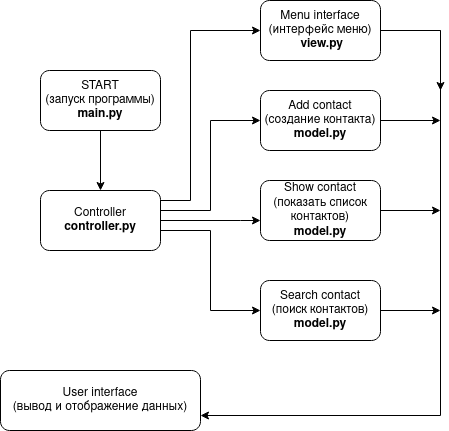
Before: схема.png, a diagram exported from draw.io (vikinice/sem7_DZ_py_spr). Source tidied: cells renumbered, new cells last; positions are measured from the earlier drawing's top-left corner, leaving out a move shared by most shapes. Its diagram source:
```xml
<mxGraphModel>
  <root>
    <mxCell id="0" />
    <mxCell id="1" parent="0" />
    <mxCell id="2" value="&lt;div&gt;START&lt;br&gt;&lt;/div&gt;&lt;div&gt;(запуск программы)&lt;/div&gt;&lt;div&gt;&lt;b&gt;main.py&lt;/b&gt;&lt;br&gt;&lt;/div&gt;" style="rounded=1;whiteSpace=wrap;html=1;" parent="1" vertex="1">
      <mxGeometry x="40" y="70" width="120" height="60" as="geometry" />
    </mxCell>
    <mxCell id="3" style="endArrow=classic;html=1;rounded=0;exitX=0.5;exitY=1;exitDx=0;exitDy=0;" parent="1" edge="1" source="2" target="5">
      <mxGeometry relative="1" as="geometry" />
    </mxCell>
    <mxCell id="4" style="edgeStyle=orthogonalEdgeStyle;rounded=0;jettySize=auto;html=1;" parent="1" edge="1" source="5" target="10">
      <mxGeometry relative="1" as="geometry">
        <Array as="points">
          <mxPoint x="240" y="220" />
          <mxPoint x="240" y="220" />
        </Array>
      </mxGeometry>
    </mxCell>
    <mxCell id="5" value="&lt;div&gt;Controller&lt;/div&gt;&lt;div&gt;&lt;b&gt;controller.py&lt;/b&gt;&lt;br&gt;&lt;/div&gt;" style="rounded=1;whiteSpace=wrap;html=1;" parent="1" vertex="1">
      <mxGeometry x="40" y="190" width="120" height="60" as="geometry" />
    </mxCell>
    <mxCell id="6" value="&lt;div&gt;Menu interface&lt;/div&gt;&lt;div&gt;(интерфейс меню)&lt;/div&gt;&lt;div&gt;&lt;b&gt;&amp;nbsp;view.py&lt;/b&gt;&lt;br&gt;&lt;/div&gt;" style="rounded=1;whiteSpace=wrap;html=1;" parent="1" vertex="1">
      <mxGeometry x="260" width="120" height="60" as="geometry" />
    </mxCell>
    <mxCell id="7" style="edgeStyle=orthogonalEdgeStyle;rounded=0;jettySize=auto;html=1;" parent="1" edge="1" source="8">
      <mxGeometry relative="1" as="geometry">
        <mxPoint x="440" y="120" as="targetPoint" />
      </mxGeometry>
    </mxCell>
    <mxCell id="8" value="&lt;div&gt;Add contact&lt;/div&gt;&lt;div&gt;(создание контакта)&lt;/div&gt;&lt;div&gt;&lt;b&gt;model.py&lt;/b&gt;&lt;br&gt;&lt;/div&gt;" style="rounded=1;whiteSpace=wrap;html=1;" parent="1" vertex="1">
      <mxGeometry x="260" y="90" width="120" height="60" as="geometry" />
    </mxCell>
    <mxCell id="9" style="edgeStyle=orthogonalEdgeStyle;rounded=0;jettySize=auto;html=1;" parent="1" edge="1" source="10">
      <mxGeometry relative="1" as="geometry">
        <mxPoint x="440" y="210" as="targetPoint" />
      </mxGeometry>
    </mxCell>
    <mxCell id="10" value="&lt;div&gt;Show contact&lt;/div&gt;&lt;div&gt;(показать список контактов)&lt;/div&gt;&lt;div&gt;&lt;b&gt;model.py&lt;/b&gt;&lt;br&gt;&lt;/div&gt;" style="rounded=1;whiteSpace=wrap;html=1;" parent="1" vertex="1">
      <mxGeometry x="260" y="180" width="120" height="60" as="geometry" />
    </mxCell>
    <mxCell id="11" style="edgeStyle=orthogonalEdgeStyle;rounded=0;jettySize=auto;html=1;" parent="1" edge="1" source="12">
      <mxGeometry relative="1" as="geometry">
        <mxPoint x="440" y="310" as="targetPoint" />
      </mxGeometry>
    </mxCell>
    <mxCell id="12" value="&lt;div&gt;Search contact&lt;/div&gt;&lt;div&gt;(поиск контактов)&lt;/div&gt;&lt;div&gt;&lt;b&gt;model.py&lt;/b&gt;&lt;br&gt;&lt;/div&gt;" style="rounded=1;whiteSpace=wrap;html=1;" parent="1" vertex="1">
      <mxGeometry x="260" y="280" width="120" height="60" as="geometry" />
    </mxCell>
    <mxCell id="13" value="&lt;div&gt;User interface&lt;/div&gt;&lt;div&gt;(вывод и отображение данных)&lt;br&gt;&lt;/div&gt;" style="rounded=1;whiteSpace=wrap;html=1;" parent="1" vertex="1">
      <mxGeometry y="370" width="200" height="60" as="geometry" />
    </mxCell>
    <mxCell id="14" style="edgeStyle=orthogonalEdgeStyle;rounded=0;jettySize=auto;html=1;entryX=0;entryY=0.5;entryDx=0;entryDy=0;exitX=1;exitY=0.25;exitDx=0;exitDy=0;" parent="1" edge="1" source="5" target="8">
      <mxGeometry relative="1" as="geometry">
        <Array as="points">
          <mxPoint x="160" y="210" />
          <mxPoint x="210" y="210" />
          <mxPoint x="210" y="120" />
        </Array>
      </mxGeometry>
    </mxCell>
    <mxCell id="15" style="edgeStyle=orthogonalEdgeStyle;rounded=0;jettySize=auto;html=1;entryX=0;entryY=0.5;entryDx=0;entryDy=0;exitX=1;exitY=0.75;exitDx=0;exitDy=0;" parent="1" edge="1" source="5" target="12">
      <mxGeometry relative="1" as="geometry">
        <Array as="points">
          <mxPoint x="160" y="230" />
          <mxPoint x="210" y="230" />
          <mxPoint x="210" y="310" />
        </Array>
      </mxGeometry>
    </mxCell>
    <mxCell id="16" style="edgeStyle=orthogonalEdgeStyle;rounded=0;jettySize=auto;html=1;entryX=0;entryY=0.5;entryDx=0;entryDy=0;" parent="1" edge="1" target="6">
      <mxGeometry relative="1" as="geometry">
        <mxPoint x="160" y="200" as="sourcePoint" />
        <Array as="points">
          <mxPoint x="160" y="215" />
          <mxPoint x="160" y="200" />
          <mxPoint x="190" y="200" />
          <mxPoint x="190" y="30" />
        </Array>
      </mxGeometry>
    </mxCell>
    <mxCell id="17" style="edgeStyle=orthogonalEdgeStyle;rounded=0;jettySize=auto;html=1;entryX=1;entryY=0.75;entryDx=0;entryDy=0;exitX=1;exitY=0.5;exitDx=0;exitDy=0;" parent="1" edge="1" source="6" target="13">
      <mxGeometry relative="1" as="geometry">
        <Array as="points">
          <mxPoint x="440" y="30" />
          <mxPoint x="440" y="415" />
        </Array>
      </mxGeometry>
    </mxCell>
    <mxCell id="18" style="endArrow=classic;html=1;rounded=0;" parent="1" edge="1">
      <mxGeometry relative="1" as="geometry">
        <mxPoint x="440" y="30" as="sourcePoint" />
        <mxPoint x="440" y="90" as="targetPoint" />
      </mxGeometry>
    </mxCell>
  </root>
</mxGraphModel>
```
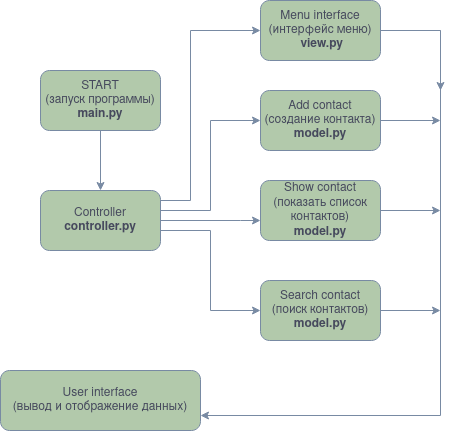
After the change.

Change to the diagram source:
```diff
@@ -2,13 +2,13 @@
   <root>
     <mxCell id="0" />
     <mxCell id="1" parent="0" />
-    <mxCell id="2" value="&lt;div&gt;START&lt;br&gt;&lt;/div&gt;&lt;div&gt;(запуск программы)&lt;/div&gt;&lt;div&gt;&lt;b&gt;main.py&lt;/b&gt;&lt;br&gt;&lt;/div&gt;" style="rounded=1;whiteSpace=wrap;html=1;" parent="1" vertex="1">
+    <mxCell id="2" value="&lt;div&gt;START&lt;br&gt;&lt;/div&gt;&lt;div&gt;(запуск программы)&lt;/div&gt;&lt;div&gt;&lt;b&gt;main.py&lt;/b&gt;&lt;br&gt;&lt;/div&gt;" style="rounded=1;whiteSpace=wrap;html=1;labelBackgroundColor=none;fillColor=#B2C9AB;strokeColor=#788AA3;fontColor=#46495D;" parent="1" vertex="1">
       <mxGeometry x="40" y="70" width="120" height="60" as="geometry" />
     </mxCell>
-    <mxCell id="3" style="endArrow=classic;html=1;rounded=0;exitX=0.5;exitY=1;exitDx=0;exitDy=0;" parent="1" edge="1" source="2" target="5">
+    <mxCell id="3" style="endArrow=classic;html=1;rounded=0;exitX=0.5;exitY=1;exitDx=0;exitDy=0;labelBackgroundColor=none;strokeColor=#788AA3;fontColor=default;" parent="1" edge="1" source="2" target="5">
       <mxGeometry relative="1" as="geometry" />
     </mxCell>
-    <mxCell id="4" style="edgeStyle=orthogonalEdgeStyle;rounded=0;jettySize=auto;html=1;" parent="1" edge="1" source="5" target="10">
+    <mxCell id="4" style="edgeStyle=orthogonalEdgeStyle;rounded=0;jettySize=auto;html=1;labelBackgroundColor=none;strokeColor=#788AA3;fontColor=default;" parent="1" edge="1" source="5" target="10">
       <mxGeometry relative="1" as="geometry">
         <Array as="points">
           <mxPoint x="240" y="220" />
@@ -16,40 +16,40 @@
         </Array>
       </mxGeometry>
     </mxCell>
-    <mxCell id="5" value="&lt;div&gt;Controller&lt;/div&gt;&lt;div&gt;&lt;b&gt;controller.py&lt;/b&gt;&lt;br&gt;&lt;/div&gt;" style="rounded=1;whiteSpace=wrap;html=1;" parent="1" vertex="1">
+    <mxCell id="5" value="&lt;div&gt;Controller&lt;/div&gt;&lt;div&gt;&lt;b&gt;controller.py&lt;/b&gt;&lt;br&gt;&lt;/div&gt;" style="rounded=1;whiteSpace=wrap;html=1;labelBackgroundColor=none;fillColor=#B2C9AB;strokeColor=#788AA3;fontColor=#46495D;" parent="1" vertex="1">
       <mxGeometry x="40" y="190" width="120" height="60" as="geometry" />
     </mxCell>
-    <mxCell id="6" value="&lt;div&gt;Menu interface&lt;/div&gt;&lt;div&gt;(интерфейс меню)&lt;/div&gt;&lt;div&gt;&lt;b&gt;&amp;nbsp;view.py&lt;/b&gt;&lt;br&gt;&lt;/div&gt;" style="rounded=1;whiteSpace=wrap;html=1;" parent="1" vertex="1">
+    <mxCell id="6" value="&lt;div&gt;Menu interface&lt;/div&gt;&lt;div&gt;(интерфейс меню)&lt;/div&gt;&lt;div&gt;&lt;b&gt;&amp;nbsp;view.py&lt;/b&gt;&lt;br&gt;&lt;/div&gt;" style="rounded=1;whiteSpace=wrap;html=1;labelBackgroundColor=none;fillColor=#B2C9AB;strokeColor=#788AA3;fontColor=#46495D;" parent="1" vertex="1">
       <mxGeometry x="260" width="120" height="60" as="geometry" />
     </mxCell>
-    <mxCell id="7" style="edgeStyle=orthogonalEdgeStyle;rounded=0;jettySize=auto;html=1;" parent="1" edge="1" source="8">
+    <mxCell id="7" style="edgeStyle=orthogonalEdgeStyle;rounded=0;jettySize=auto;html=1;labelBackgroundColor=none;strokeColor=#788AA3;fontColor=default;" parent="1" edge="1" source="8">
       <mxGeometry relative="1" as="geometry">
         <mxPoint x="440" y="120" as="targetPoint" />
       </mxGeometry>
     </mxCell>
-    <mxCell id="8" value="&lt;div&gt;Add contact&lt;/div&gt;&lt;div&gt;(создание контакта)&lt;/div&gt;&lt;div&gt;&lt;b&gt;model.py&lt;/b&gt;&lt;br&gt;&lt;/div&gt;" style="rounded=1;whiteSpace=wrap;html=1;" parent="1" vertex="1">
+    <mxCell id="8" value="&lt;div&gt;Add contact&lt;/div&gt;&lt;div&gt;(создание контакта)&lt;/div&gt;&lt;div&gt;&lt;b&gt;model.py&lt;/b&gt;&lt;br&gt;&lt;/div&gt;" style="rounded=1;whiteSpace=wrap;html=1;labelBackgroundColor=none;fillColor=#B2C9AB;strokeColor=#788AA3;fontColor=#46495D;" parent="1" vertex="1">
       <mxGeometry x="260" y="90" width="120" height="60" as="geometry" />
     </mxCell>
-    <mxCell id="9" style="edgeStyle=orthogonalEdgeStyle;rounded=0;jettySize=auto;html=1;" parent="1" edge="1" source="10">
+    <mxCell id="9" style="edgeStyle=orthogonalEdgeStyle;rounded=0;jettySize=auto;html=1;labelBackgroundColor=none;strokeColor=#788AA3;fontColor=default;" parent="1" edge="1" source="10">
       <mxGeometry relative="1" as="geometry">
         <mxPoint x="440" y="210" as="targetPoint" />
       </mxGeometry>
     </mxCell>
-    <mxCell id="10" value="&lt;div&gt;Show contact&lt;/div&gt;&lt;div&gt;(показать список контактов)&lt;/div&gt;&lt;div&gt;&lt;b&gt;model.py&lt;/b&gt;&lt;br&gt;&lt;/div&gt;" style="rounded=1;whiteSpace=wrap;html=1;" parent="1" vertex="1">
+    <mxCell id="10" value="&lt;div&gt;Show contact&lt;/div&gt;&lt;div&gt;(показать список контактов)&lt;/div&gt;&lt;div&gt;&lt;b&gt;model.py&lt;/b&gt;&lt;br&gt;&lt;/div&gt;" style="rounded=1;whiteSpace=wrap;html=1;labelBackgroundColor=none;fillColor=#B2C9AB;strokeColor=#788AA3;fontColor=#46495D;" parent="1" vertex="1">
       <mxGeometry x="260" y="180" width="120" height="60" as="geometry" />
     </mxCell>
-    <mxCell id="11" style="edgeStyle=orthogonalEdgeStyle;rounded=0;jettySize=auto;html=1;" parent="1" edge="1" source="12">
+    <mxCell id="11" style="edgeStyle=orthogonalEdgeStyle;rounded=0;jettySize=auto;html=1;labelBackgroundColor=none;strokeColor=#788AA3;fontColor=default;" parent="1" edge="1" source="12">
       <mxGeometry relative="1" as="geometry">
         <mxPoint x="440" y="310" as="targetPoint" />
       </mxGeometry>
     </mxCell>
-    <mxCell id="12" value="&lt;div&gt;Search contact&lt;/div&gt;&lt;div&gt;(поиск контактов)&lt;/div&gt;&lt;div&gt;&lt;b&gt;model.py&lt;/b&gt;&lt;br&gt;&lt;/div&gt;" style="rounded=1;whiteSpace=wrap;html=1;" parent="1" vertex="1">
+    <mxCell id="12" value="&lt;div&gt;Search contact&lt;/div&gt;&lt;div&gt;(поиск контактов)&lt;/div&gt;&lt;div&gt;&lt;b&gt;model.py&lt;/b&gt;&lt;br&gt;&lt;/div&gt;" style="rounded=1;whiteSpace=wrap;html=1;labelBackgroundColor=none;fillColor=#B2C9AB;strokeColor=#788AA3;fontColor=#46495D;" parent="1" vertex="1">
       <mxGeometry x="260" y="280" width="120" height="60" as="geometry" />
     </mxCell>
-    <mxCell id="13" value="&lt;div&gt;User interface&lt;/div&gt;&lt;div&gt;(вывод и отображение данных)&lt;br&gt;&lt;/div&gt;" style="rounded=1;whiteSpace=wrap;html=1;" parent="1" vertex="1">
+    <mxCell id="13" value="&lt;div&gt;User interface&lt;/div&gt;&lt;div&gt;(вывод и отображение данных)&lt;br&gt;&lt;/div&gt;" style="rounded=1;whiteSpace=wrap;html=1;labelBackgroundColor=none;fillColor=#B2C9AB;strokeColor=#788AA3;fontColor=#46495D;" parent="1" vertex="1">
       <mxGeometry y="370" width="200" height="60" as="geometry" />
     </mxCell>
-    <mxCell id="14" style="edgeStyle=orthogonalEdgeStyle;rounded=0;jettySize=auto;html=1;entryX=0;entryY=0.5;entryDx=0;entryDy=0;exitX=1;exitY=0.25;exitDx=0;exitDy=0;" parent="1" edge="1" source="5" target="8">
+    <mxCell id="14" style="edgeStyle=orthogonalEdgeStyle;rounded=0;jettySize=auto;html=1;entryX=0;entryY=0.5;entryDx=0;entryDy=0;exitX=1;exitY=0.25;exitDx=0;exitDy=0;labelBackgroundColor=none;strokeColor=#788AA3;fontColor=default;" parent="1" edge="1" source="5" target="8">
       <mxGeometry relative="1" as="geometry">
         <Array as="points">
           <mxPoint x="160" y="210" />
@@ -58,7 +58,7 @@
         </Array>
       </mxGeometry>
     </mxCell>
-    <mxCell id="15" style="edgeStyle=orthogonalEdgeStyle;rounded=0;jettySize=auto;html=1;entryX=0;entryY=0.5;entryDx=0;entryDy=0;exitX=1;exitY=0.75;exitDx=0;exitDy=0;" parent="1" edge="1" source="5" target="12">
+    <mxCell id="15" style="edgeStyle=orthogonalEdgeStyle;rounded=0;jettySize=auto;html=1;entryX=0;entryY=0.5;entryDx=0;entryDy=0;exitX=1;exitY=0.75;exitDx=0;exitDy=0;labelBackgroundColor=none;strokeColor=#788AA3;fontColor=default;" parent="1" edge="1" source="5" target="12">
       <mxGeometry relative="1" as="geometry">
         <Array as="points">
           <mxPoint x="160" y="230" />
@@ -67,7 +67,7 @@
         </Array>
       </mxGeometry>
     </mxCell>
-    <mxCell id="16" style="edgeStyle=orthogonalEdgeStyle;rounded=0;jettySize=auto;html=1;entryX=0;entryY=0.5;entryDx=0;entryDy=0;" parent="1" edge="1" target="6">
+    <mxCell id="16" style="edgeStyle=orthogonalEdgeStyle;rounded=0;jettySize=auto;html=1;entryX=0;entryY=0.5;entryDx=0;entryDy=0;labelBackgroundColor=none;strokeColor=#788AA3;fontColor=default;" parent="1" edge="1" target="6">
       <mxGeometry relative="1" as="geometry">
         <mxPoint x="160" y="200" as="sourcePoint" />
         <Array as="points">
@@ -78,7 +78,7 @@
         </Array>
       </mxGeometry>
     </mxCell>
-    <mxCell id="17" style="edgeStyle=orthogonalEdgeStyle;rounded=0;jettySize=auto;html=1;entryX=1;entryY=0.75;entryDx=0;entryDy=0;exitX=1;exitY=0.5;exitDx=0;exitDy=0;" parent="1" edge="1" source="6" target="13">
+    <mxCell id="17" style="edgeStyle=orthogonalEdgeStyle;rounded=0;jettySize=auto;html=1;entryX=1;entryY=0.75;entryDx=0;entryDy=0;exitX=1;exitY=0.5;exitDx=0;exitDy=0;labelBackgroundColor=none;strokeColor=#788AA3;fontColor=default;" parent="1" edge="1" source="6" target="13">
       <mxGeometry relative="1" as="geometry">
         <Array as="points">
           <mxPoint x="440" y="30" />
@@ -86,7 +86,7 @@
         </Array>
       </mxGeometry>
     </mxCell>
-    <mxCell id="18" style="endArrow=classic;html=1;rounded=0;" parent="1" edge="1">
+    <mxCell id="18" style="endArrow=classic;html=1;rounded=0;labelBackgroundColor=none;strokeColor=#788AA3;fontColor=default;" parent="1" edge="1">
       <mxGeometry relative="1" as="geometry">
         <mxPoint x="440" y="30" as="sourcePoint" />
         <mxPoint x="440" y="90" as="targetPoint" />
```
